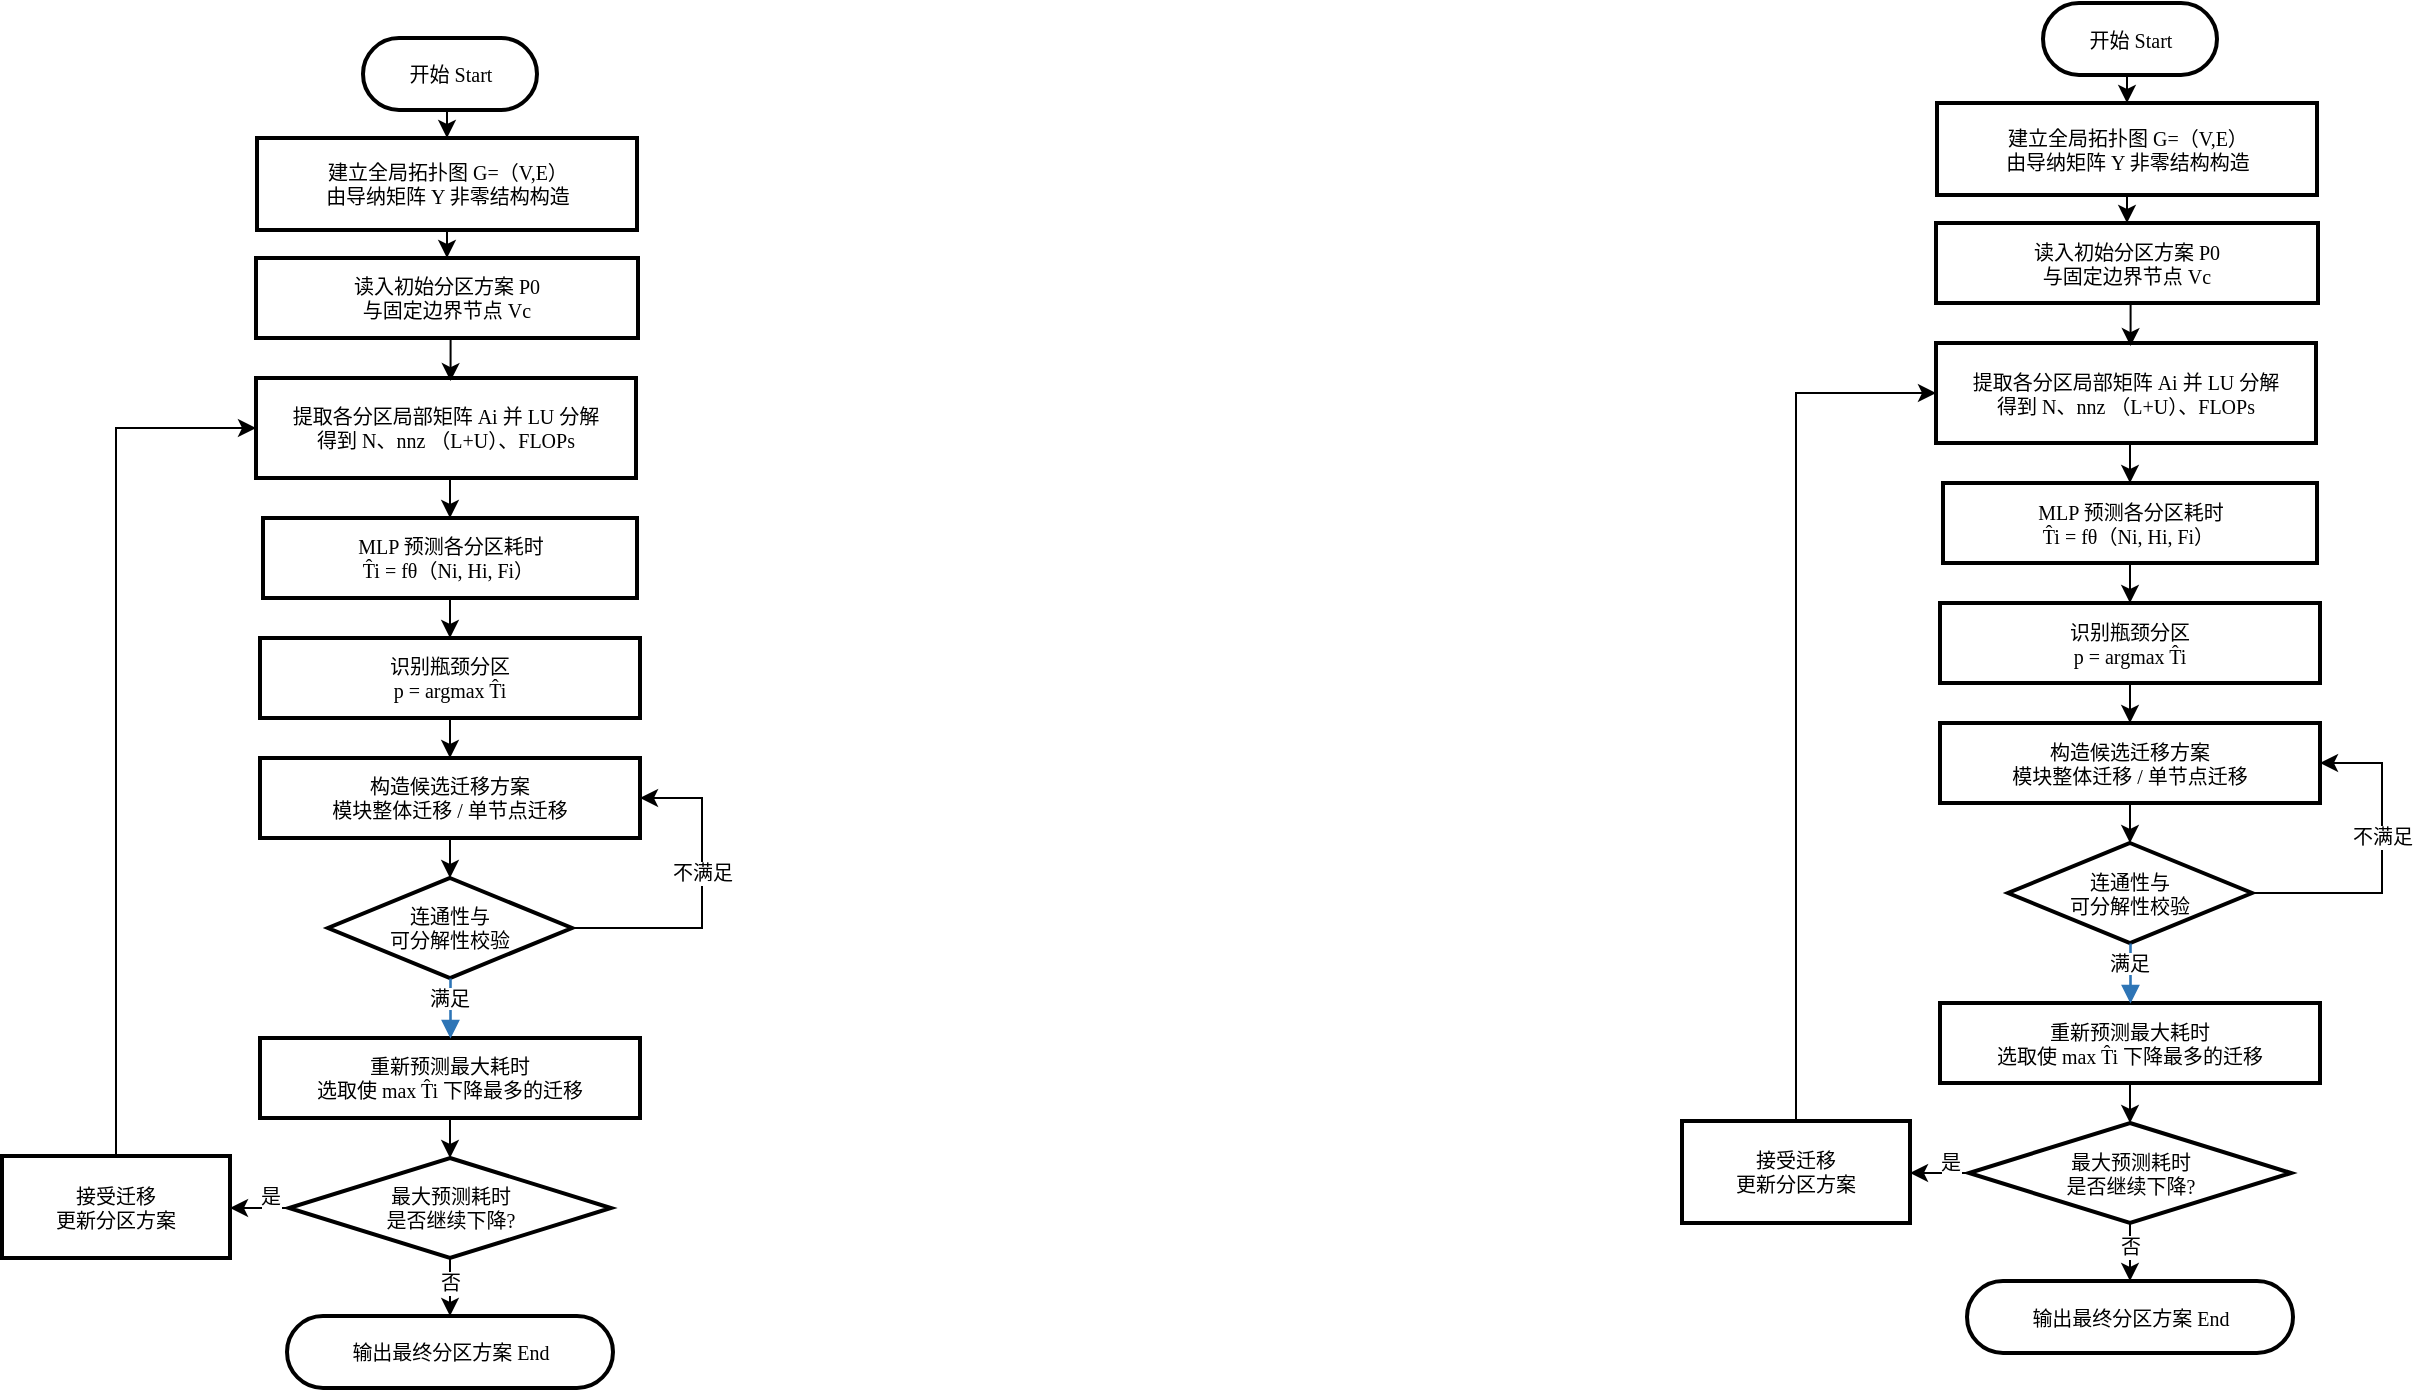
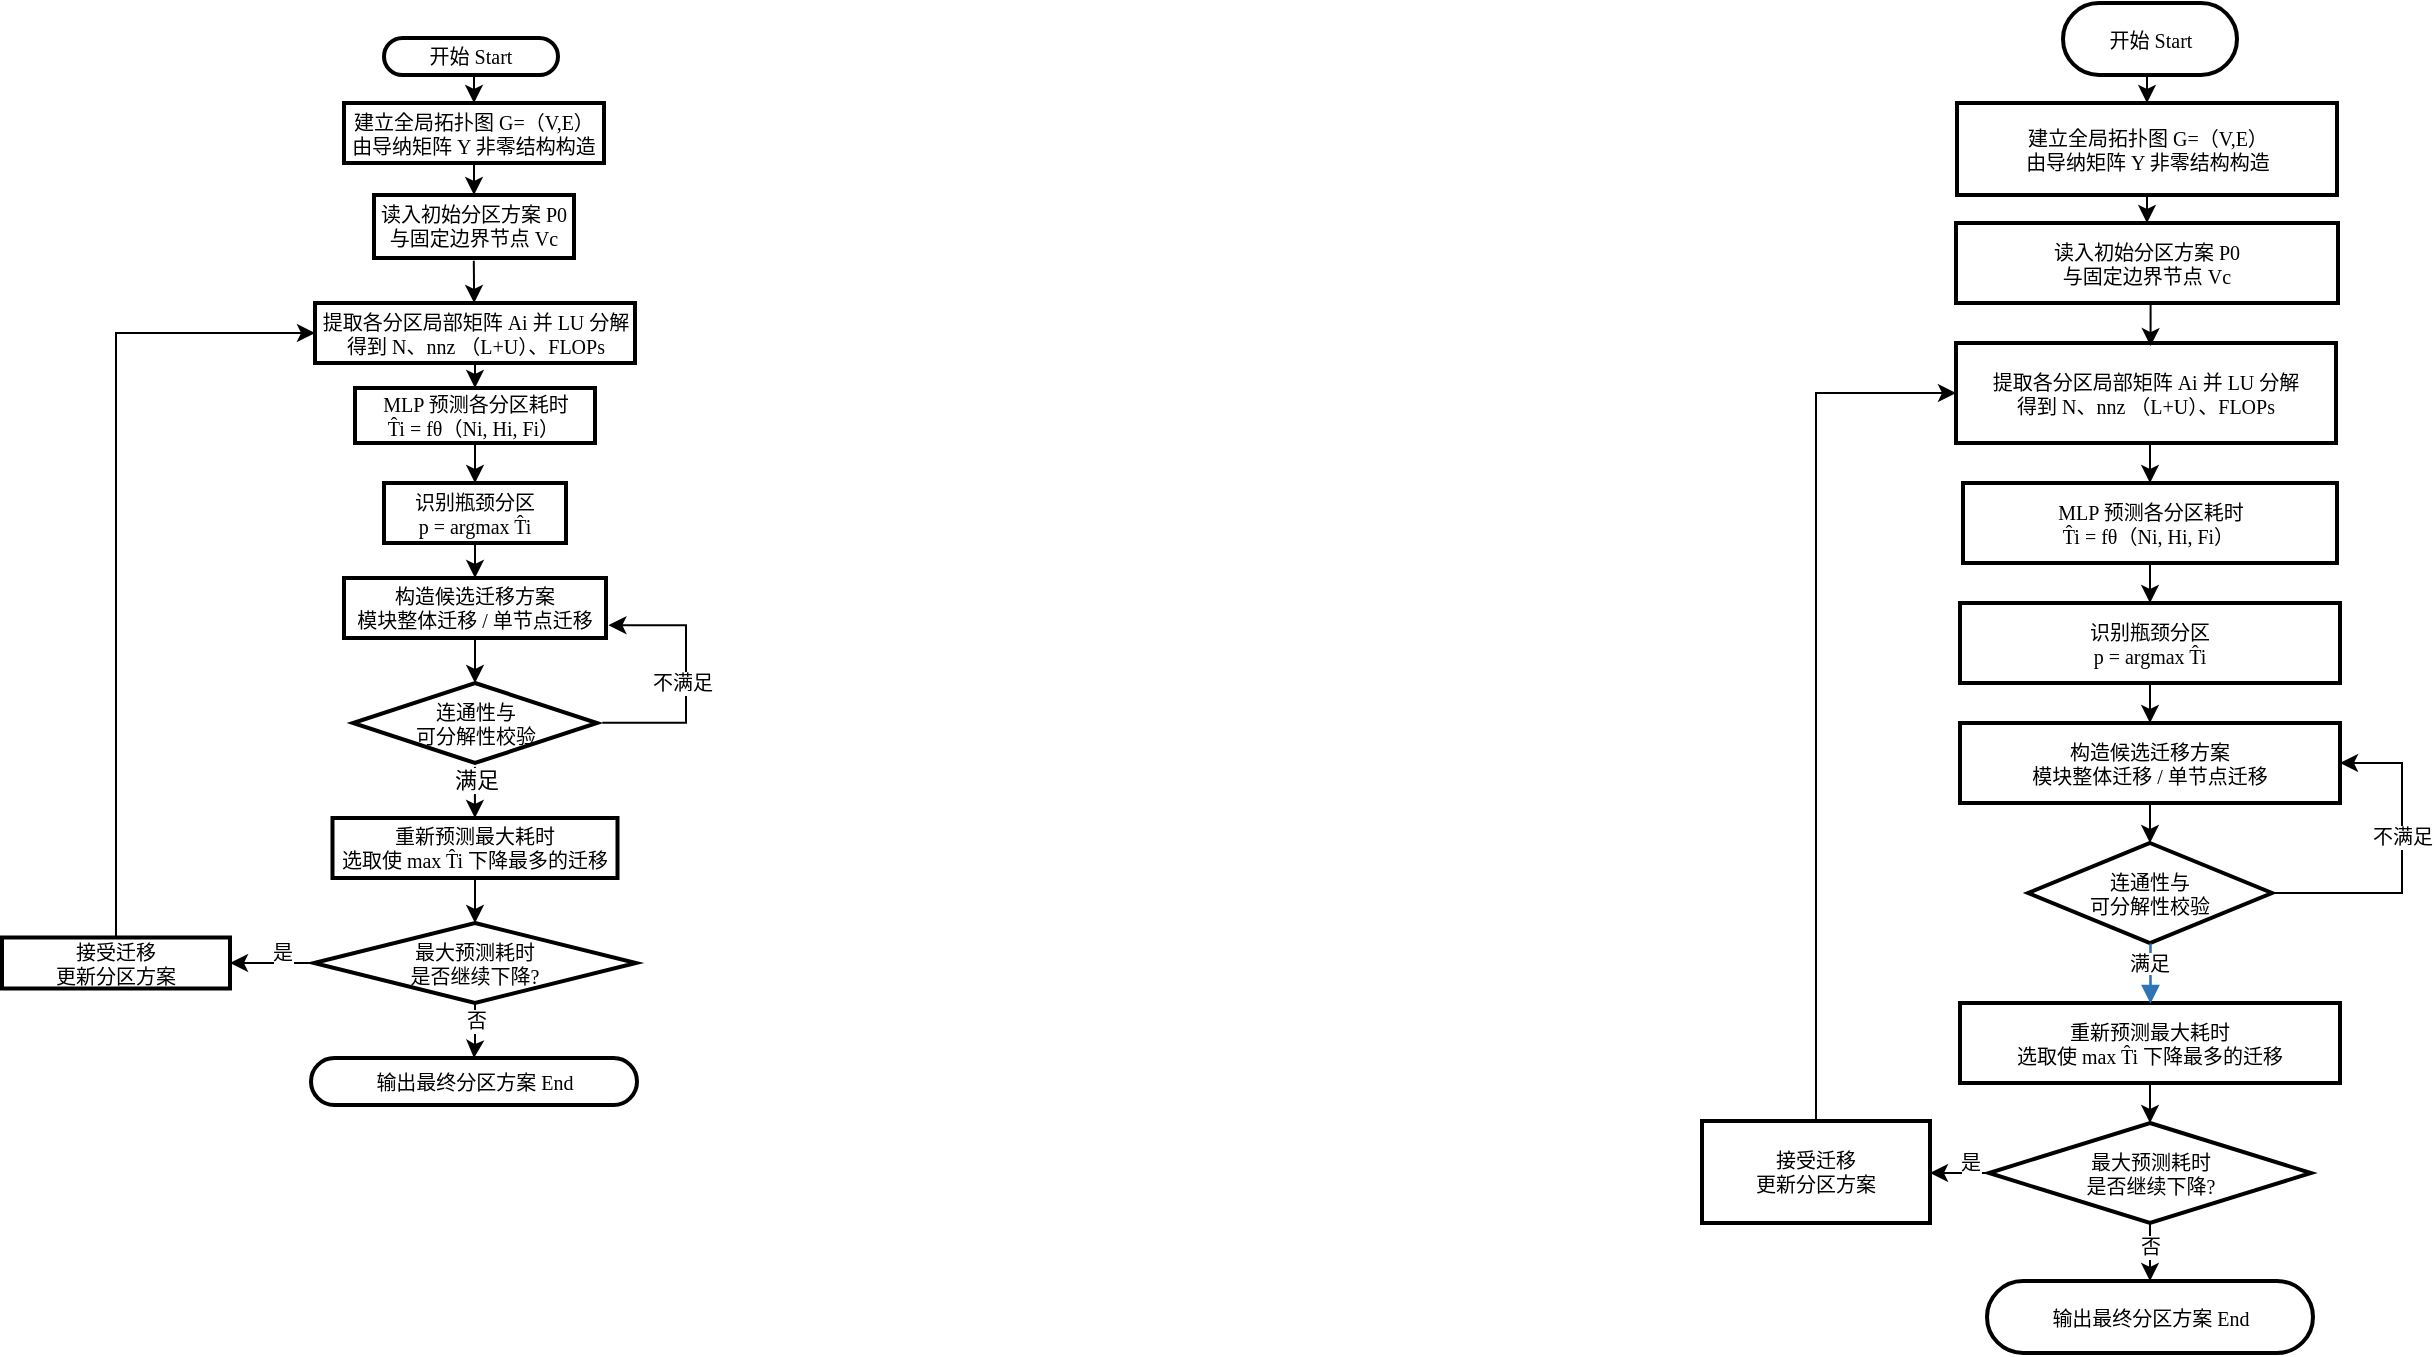
<mxfile host="app.diagrams.net">
  <diagram id="C5RBs43oDa-KdzZeNtuy" name="Page-1">
-     <mxGraphModel dx="3254" dy="878" grid="1" gridSize="10" guides="1" tooltips="1" connect="1" arrows="1" fold="1" page="0" pageScale="1" pageWidth="827" pageHeight="1169" math="0" shadow="0">
+     <mxGraphModel dx="3303" dy="876" grid="1" gridSize="10" guides="1" tooltips="1" connect="1" arrows="1" fold="1" page="0" pageScale="1" pageWidth="827" pageHeight="1169" math="0" shadow="0">
      <root>
        <mxCell id="WIyWlLk6GJQsqaUBKTNV-0" />
        <mxCell id="WIyWlLk6GJQsqaUBKTNV-1" parent="WIyWlLk6GJQsqaUBKTNV-0" />
        <mxCell id="Rnd2EKu7hbV3BZERFTsq-74" edge="1" parent="WIyWlLk6GJQsqaUBKTNV-1" source="Rnd2EKu7hbV3BZERFTsq-25" style="edgeStyle=orthogonalEdgeStyle;rounded=0;orthogonalLoop=1;jettySize=auto;html=1;exitX=0.5;exitY=1;exitDx=0;exitDy=0;entryX=0.5;entryY=0;entryDx=0;entryDy=0;fontSize=10;fontFamily=Times New Roman;labelBorderColor=none;" target="Rnd2EKu7hbV3BZERFTsq-26">
          <mxGeometry relative="1" as="geometry" />
        </mxCell>
-         <mxCell id="Rnd2EKu7hbV3BZERFTsq-25" parent="WIyWlLk6GJQsqaUBKTNV-1" style="rounded=1;whiteSpace=wrap;arcSize=50;strokeWidth=2;fontFamily=Times New Roman;fillColor=none;fontSize=10;labelBorderColor=none;" value="开始 Start" vertex="1">
-           <mxGeometry height="36" width="87" x="-1309.5" y="320" as="geometry" />
+         <mxCell id="Rnd2EKu7hbV3BZERFTsq-25" parent="WIyWlLk6GJQsqaUBKTNV-1" style="rounded=1;whiteSpace=wrap;arcSize=50;strokeWidth=2;fontFamily=Times New Roman;fillColor=none;fontSize=10;labelBorderColor=none;align=center;" value="开始 Start" vertex="1">
+           <mxGeometry height="18.5" width="87" x="-1309" y="320" as="geometry" />
        </mxCell>
        <mxCell id="Rnd2EKu7hbV3BZERFTsq-77" edge="1" parent="WIyWlLk6GJQsqaUBKTNV-1" source="Rnd2EKu7hbV3BZERFTsq-26" style="edgeStyle=orthogonalEdgeStyle;rounded=0;orthogonalLoop=1;jettySize=auto;html=1;exitX=0.5;exitY=1;exitDx=0;exitDy=0;entryX=0.5;entryY=0;entryDx=0;entryDy=0;fontSize=10;fontFamily=Times New Roman;labelBorderColor=none;" target="Rnd2EKu7hbV3BZERFTsq-27">
          <mxGeometry relative="1" as="geometry" />
        </mxCell>
-         <mxCell id="Rnd2EKu7hbV3BZERFTsq-26" parent="WIyWlLk6GJQsqaUBKTNV-1" style="whiteSpace=wrap;strokeWidth=2;fontFamily=Times New Roman;fontSize=10;labelBorderColor=none;" value="建立全局拓扑图 G=（V,E）&#xa;由导纳矩阵 Y 非零结构构造" vertex="1">
-           <mxGeometry height="46" width="190" x="-1362.5" y="370" as="geometry" />
-         </mxCell>
-         <mxCell id="Rnd2EKu7hbV3BZERFTsq-27" parent="WIyWlLk6GJQsqaUBKTNV-1" style="whiteSpace=wrap;strokeWidth=2;fontFamily=Times New Roman;fontSize=10;labelBorderColor=none;" value="读入初始分区方案 P0&#xa;与固定边界节点 Vc" vertex="1">
-           <mxGeometry height="40" width="191" x="-1363" y="430" as="geometry" />
+         <mxCell id="Rnd2EKu7hbV3BZERFTsq-26" parent="WIyWlLk6GJQsqaUBKTNV-1" style="whiteSpace=wrap;strokeWidth=2;fontFamily=Times New Roman;fontSize=10;labelBorderColor=none;align=center;" value="建立全局拓扑图 G=（V,E）&#xa;由导纳矩阵 Y 非零结构构造" vertex="1">
+           <mxGeometry height="30" width="130" x="-1329" y="352.5" as="geometry" />
+         </mxCell>
+         <mxCell id="Rnd2EKu7hbV3BZERFTsq-27" parent="WIyWlLk6GJQsqaUBKTNV-1" style="whiteSpace=wrap;strokeWidth=2;fontFamily=Times New Roman;fontSize=10;labelBorderColor=none;align=center;" value="读入初始分区方案 P0&#xa;与固定边界节点 Vc" vertex="1">
+           <mxGeometry height="31.5" width="100" x="-1314" y="398.5" as="geometry" />
        </mxCell>
        <mxCell id="Rnd2EKu7hbV3BZERFTsq-81" edge="1" parent="WIyWlLk6GJQsqaUBKTNV-1" source="Rnd2EKu7hbV3BZERFTsq-28" style="edgeStyle=orthogonalEdgeStyle;rounded=0;orthogonalLoop=1;jettySize=auto;html=1;exitX=0.5;exitY=1;exitDx=0;exitDy=0;entryX=0.5;entryY=0;entryDx=0;entryDy=0;fontSize=10;fontFamily=Times New Roman;labelBorderColor=none;" target="Rnd2EKu7hbV3BZERFTsq-29">
          <mxGeometry relative="1" as="geometry" />
        </mxCell>
-         <mxCell id="Rnd2EKu7hbV3BZERFTsq-28" parent="WIyWlLk6GJQsqaUBKTNV-1" style="whiteSpace=wrap;strokeWidth=2;fontFamily=Times New Roman;fontSize=10;labelBorderColor=none;" value="提取各分区局部矩阵 Ai 并 LU 分解&#xa;得到 N、nnz （L+U）、FLOPs" vertex="1">
-           <mxGeometry height="50" width="190" x="-1363" y="490" as="geometry" />
+         <mxCell id="Rnd2EKu7hbV3BZERFTsq-28" parent="WIyWlLk6GJQsqaUBKTNV-1" style="whiteSpace=wrap;strokeWidth=2;fontFamily=Times New Roman;fontSize=10;labelBorderColor=none;align=center;" value="提取各分区局部矩阵 Ai 并 LU 分解&#xa;得到 N、nnz （L+U）、FLOPs" vertex="1">
+           <mxGeometry height="30" width="160" x="-1343.5" y="452.5" as="geometry" />
        </mxCell>
        <mxCell id="Rnd2EKu7hbV3BZERFTsq-53" edge="1" parent="WIyWlLk6GJQsqaUBKTNV-1" source="Rnd2EKu7hbV3BZERFTsq-29" style="edgeStyle=orthogonalEdgeStyle;rounded=0;orthogonalLoop=1;jettySize=auto;html=1;exitX=0.5;exitY=1;exitDx=0;exitDy=0;entryX=0.5;entryY=0;entryDx=0;entryDy=0;fontSize=10;fontFamily=Times New Roman;labelBorderColor=none;" target="Rnd2EKu7hbV3BZERFTsq-30">
          <mxGeometry relative="1" as="geometry" />
        </mxCell>
-         <mxCell id="Rnd2EKu7hbV3BZERFTsq-29" parent="WIyWlLk6GJQsqaUBKTNV-1" style="whiteSpace=wrap;strokeWidth=2;fontFamily=Times New Roman;fontSize=10;labelBorderColor=none;" value="MLP 预测各分区耗时&#xa;T̂i = fθ（Ni, Hi, Fi） " vertex="1">
-           <mxGeometry height="40" width="187" x="-1359.5" y="560" as="geometry" />
+         <mxCell id="Rnd2EKu7hbV3BZERFTsq-29" parent="WIyWlLk6GJQsqaUBKTNV-1" style="whiteSpace=wrap;strokeWidth=2;fontFamily=Times New Roman;fontSize=10;labelBorderColor=none;align=center;" value="MLP 预测各分区耗时&#xa;T̂i = fθ（Ni, Hi, Fi） " vertex="1">
+           <mxGeometry height="27.5" width="120" x="-1323.5" y="495" as="geometry" />
        </mxCell>
        <mxCell id="Rnd2EKu7hbV3BZERFTsq-60" edge="1" parent="WIyWlLk6GJQsqaUBKTNV-1" source="Rnd2EKu7hbV3BZERFTsq-30" style="edgeStyle=orthogonalEdgeStyle;rounded=0;orthogonalLoop=1;jettySize=auto;html=1;exitX=0.5;exitY=1;exitDx=0;exitDy=0;entryX=0.5;entryY=0;entryDx=0;entryDy=0;fontSize=10;fontFamily=Times New Roman;labelBorderColor=none;" target="Rnd2EKu7hbV3BZERFTsq-31">
          <mxGeometry relative="1" as="geometry" />
        </mxCell>
-         <mxCell id="Rnd2EKu7hbV3BZERFTsq-30" parent="WIyWlLk6GJQsqaUBKTNV-1" style="whiteSpace=wrap;strokeWidth=2;fontFamily=Times New Roman;fontSize=10;labelBorderColor=none;" value="识别瓶颈分区&#xa;p = argmax T̂i" vertex="1">
-           <mxGeometry height="40" width="190" x="-1361" y="620" as="geometry" />
+         <mxCell id="Rnd2EKu7hbV3BZERFTsq-30" parent="WIyWlLk6GJQsqaUBKTNV-1" style="whiteSpace=wrap;strokeWidth=2;fontFamily=Times New Roman;fontSize=10;labelBorderColor=none;align=center;" value="识别瓶颈分区&#xa;p = argmax T̂i" vertex="1">
+           <mxGeometry height="30" width="91" x="-1309" y="542.5" as="geometry" />
        </mxCell>
        <mxCell id="Rnd2EKu7hbV3BZERFTsq-83" edge="1" parent="WIyWlLk6GJQsqaUBKTNV-1" source="Rnd2EKu7hbV3BZERFTsq-31" style="edgeStyle=orthogonalEdgeStyle;rounded=0;orthogonalLoop=1;jettySize=auto;html=1;exitX=0.5;exitY=1;exitDx=0;exitDy=0;entryX=0.5;entryY=0;entryDx=0;entryDy=0;fontSize=10;fontFamily=Times New Roman;labelBorderColor=none;" target="Rnd2EKu7hbV3BZERFTsq-32">
          <mxGeometry relative="1" as="geometry" />
        </mxCell>
-         <mxCell id="Rnd2EKu7hbV3BZERFTsq-31" parent="WIyWlLk6GJQsqaUBKTNV-1" style="whiteSpace=wrap;strokeWidth=2;fontFamily=Times New Roman;fontSize=10;labelBorderColor=none;" value="构造候选迁移方案&#xa;模块整体迁移 / 单节点迁移" vertex="1">
-           <mxGeometry height="40" width="190" x="-1361" y="680" as="geometry" />
-         </mxCell>
-         <mxCell id="Rnd2EKu7hbV3BZERFTsq-62" edge="1" parent="WIyWlLk6GJQsqaUBKTNV-1" source="Rnd2EKu7hbV3BZERFTsq-32" style="edgeStyle=orthogonalEdgeStyle;rounded=0;orthogonalLoop=1;jettySize=auto;html=1;exitX=1;exitY=0.5;exitDx=0;exitDy=0;entryX=1;entryY=0.5;entryDx=0;entryDy=0;fontSize=10;fontFamily=Times New Roman;labelBorderColor=none;" target="Rnd2EKu7hbV3BZERFTsq-31">
+         <mxCell id="Rnd2EKu7hbV3BZERFTsq-31" parent="WIyWlLk6GJQsqaUBKTNV-1" style="whiteSpace=wrap;strokeWidth=2;fontFamily=Times New Roman;fontSize=10;labelBorderColor=none;align=center;" value="构造候选迁移方案&#xa;模块整体迁移 / 单节点迁移" vertex="1">
+           <mxGeometry height="30" width="131" x="-1329" y="590" as="geometry" />
+         </mxCell>
+         <mxCell id="Rnd2EKu7hbV3BZERFTsq-62" edge="1" parent="WIyWlLk6GJQsqaUBKTNV-1" source="Rnd2EKu7hbV3BZERFTsq-32" style="edgeStyle=orthogonalEdgeStyle;rounded=0;orthogonalLoop=1;jettySize=auto;html=1;exitX=1.022;exitY=0.498;exitDx=0;exitDy=0;entryX=1;entryY=0.5;entryDx=0;entryDy=0;fontSize=10;fontFamily=Times New Roman;labelBorderColor=none;exitPerimeter=0;">
          <mxGeometry relative="1" as="geometry">
            <Array as="points">
-               <mxPoint x="-1140" y="765" />
-               <mxPoint x="-1140" y="700" />
+               <mxPoint x="-1158" y="662" />
+               <mxPoint x="-1158" y="614" />
            </Array>
+             <mxPoint x="-1198.982" y="662.5" as="sourcePoint" />
+             <mxPoint x="-1196.8" y="613.6" as="targetPoint" />
          </mxGeometry>
        </mxCell>
        <mxCell id="Rnd2EKu7hbV3BZERFTsq-63" connectable="0" parent="Rnd2EKu7hbV3BZERFTsq-62" style="edgeLabel;html=1;align=center;verticalAlign=middle;resizable=0;points=[];fontSize=10;fontFamily=Times New Roman;labelBorderColor=none;" value="不满足" vertex="1">
          <mxGeometry relative="1" x="0.1893" y="-3" as="geometry">
-             <mxPoint x="-3" y="2" as="offset" />
-           </mxGeometry>
-         </mxCell>
-         <mxCell id="Rnd2EKu7hbV3BZERFTsq-32" parent="WIyWlLk6GJQsqaUBKTNV-1" style="rhombus;strokeWidth=2;whiteSpace=wrap;fontFamily=Times New Roman;fontSize=10;labelBorderColor=none;" value="连通性与&#xa;可分解性校验" vertex="1">
-           <mxGeometry height="50" width="122" x="-1327" y="740" as="geometry" />
+             <mxPoint x="-5" y="15" as="offset" />
+           </mxGeometry>
+         </mxCell>
+         <mxCell id="Rnd2EKu7hbV3BZERFTsq-32" parent="WIyWlLk6GJQsqaUBKTNV-1" style="rhombus;strokeWidth=2;whiteSpace=wrap;fontFamily=Times New Roman;fontSize=10;labelBorderColor=none;align=center;" value="连通性与&#xa;可分解性校验" vertex="1">
+           <mxGeometry height="40" width="122" x="-1324.5" y="642.5" as="geometry" />
        </mxCell>
        <mxCell id="Rnd2EKu7hbV3BZERFTsq-85" edge="1" parent="WIyWlLk6GJQsqaUBKTNV-1" source="Rnd2EKu7hbV3BZERFTsq-33" style="edgeStyle=orthogonalEdgeStyle;rounded=0;orthogonalLoop=1;jettySize=auto;html=1;exitX=0.5;exitY=1;exitDx=0;exitDy=0;entryX=0.5;entryY=0;entryDx=0;entryDy=0;fontSize=10;fontFamily=Times New Roman;labelBorderColor=none;" target="Rnd2EKu7hbV3BZERFTsq-34">
          <mxGeometry relative="1" as="geometry" />
        </mxCell>
-         <mxCell id="Rnd2EKu7hbV3BZERFTsq-33" parent="WIyWlLk6GJQsqaUBKTNV-1" style="whiteSpace=wrap;strokeWidth=2;fontFamily=Times New Roman;fontSize=10;labelBorderColor=none;" value="重新预测最大耗时&#xa;选取使 max T̂i 下降最多的迁移" vertex="1">
-           <mxGeometry height="40" width="190" x="-1361" y="820" as="geometry" />
+         <mxCell id="Rnd2EKu7hbV3BZERFTsq-33" parent="WIyWlLk6GJQsqaUBKTNV-1" style="whiteSpace=wrap;strokeWidth=2;fontFamily=Times New Roman;fontSize=10;labelBorderColor=none;align=center;" value="重新预测最大耗时&#xa;选取使 max T̂i 下降最多的迁移" vertex="1">
+           <mxGeometry height="30" width="142.5" x="-1334.75" y="710" as="geometry" />
        </mxCell>
        <mxCell id="Rnd2EKu7hbV3BZERFTsq-57" edge="1" parent="WIyWlLk6GJQsqaUBKTNV-1" source="Rnd2EKu7hbV3BZERFTsq-34" style="edgeStyle=orthogonalEdgeStyle;rounded=0;orthogonalLoop=1;jettySize=auto;html=1;exitX=0.5;exitY=1;exitDx=0;exitDy=0;fontSize=10;fontFamily=Times New Roman;labelBorderColor=none;" target="Rnd2EKu7hbV3BZERFTsq-36">
          <mxGeometry relative="1" as="geometry" />
        </mxCell>
        <mxCell id="Rnd2EKu7hbV3BZERFTsq-65" connectable="0" parent="Rnd2EKu7hbV3BZERFTsq-57" style="edgeLabel;html=1;align=center;verticalAlign=middle;resizable=0;points=[];fontSize=10;fontFamily=Times New Roman;labelBorderColor=none;" value="否" vertex="1">
          <mxGeometry relative="1" x="-0.5098" y="-1" as="geometry">
-             <mxPoint x="1" y="-1" as="offset" />
+             <mxPoint x="1" y="1" as="offset" />
          </mxGeometry>
        </mxCell>
        <mxCell id="Rnd2EKu7hbV3BZERFTsq-66" edge="1" parent="WIyWlLk6GJQsqaUBKTNV-1" source="Rnd2EKu7hbV3BZERFTsq-34" style="edgeStyle=orthogonalEdgeStyle;rounded=0;orthogonalLoop=1;jettySize=auto;html=1;exitX=0;exitY=0.5;exitDx=0;exitDy=0;entryX=1;entryY=0.5;entryDx=0;entryDy=0;fontSize=10;fontFamily=Times New Roman;labelBorderColor=none;" target="Rnd2EKu7hbV3BZERFTsq-35">
          <mxGeometry relative="1" as="geometry" />
        </mxCell>
        <mxCell id="Rnd2EKu7hbV3BZERFTsq-67" connectable="0" parent="Rnd2EKu7hbV3BZERFTsq-66" style="edgeLabel;html=1;align=center;verticalAlign=middle;resizable=0;points=[];fontSize=10;fontFamily=Times New Roman;labelBorderColor=none;" value="是" vertex="1">
          <mxGeometry relative="1" x="0.0617" y="-6" as="geometry">
            <mxPoint x="6" as="offset" />
          </mxGeometry>
        </mxCell>
-         <mxCell id="Rnd2EKu7hbV3BZERFTsq-34" parent="WIyWlLk6GJQsqaUBKTNV-1" style="rhombus;strokeWidth=2;whiteSpace=wrap;fontFamily=Times New Roman;fontSize=10;labelBorderColor=none;" value="最大预测耗时&#xa;是否继续下降?" vertex="1">
-           <mxGeometry height="50" width="161" x="-1346.5" y="880" as="geometry" />
+         <mxCell id="Rnd2EKu7hbV3BZERFTsq-34" parent="WIyWlLk6GJQsqaUBKTNV-1" style="rhombus;strokeWidth=2;whiteSpace=wrap;fontFamily=Times New Roman;fontSize=10;labelBorderColor=none;align=center;" value="最大预测耗时&#xa;是否继续下降?" vertex="1">
+           <mxGeometry height="40" width="161" x="-1344" y="762.5" as="geometry" />
        </mxCell>
        <mxCell id="Rnd2EKu7hbV3BZERFTsq-70" edge="1" parent="WIyWlLk6GJQsqaUBKTNV-1" source="Rnd2EKu7hbV3BZERFTsq-35" style="edgeStyle=orthogonalEdgeStyle;rounded=0;orthogonalLoop=1;jettySize=auto;html=1;exitX=0.5;exitY=0;exitDx=0;exitDy=0;entryX=0;entryY=0.5;entryDx=0;entryDy=0;fontSize=10;fontFamily=Times New Roman;labelBorderColor=none;" target="Rnd2EKu7hbV3BZERFTsq-28">
          <mxGeometry relative="1" as="geometry" />
        </mxCell>
        <mxCell id="Rnd2EKu7hbV3BZERFTsq-35" parent="WIyWlLk6GJQsqaUBKTNV-1" style="whiteSpace=wrap;strokeWidth=2;fontFamily=Times New Roman;fontSize=10;labelBorderColor=none;" value="接受迁移&#xa;更新分区方案" vertex="1">
-           <mxGeometry height="51" width="114" x="-1490" y="879" as="geometry" />
-         </mxCell>
-         <mxCell id="Rnd2EKu7hbV3BZERFTsq-36" parent="WIyWlLk6GJQsqaUBKTNV-1" style="rounded=1;whiteSpace=wrap;arcSize=50;strokeWidth=2;fontFamily=Times New Roman;fontSize=10;labelBorderColor=none;" value="输出最终分区方案 End" vertex="1">
-           <mxGeometry height="36" width="163" x="-1347.5" y="959" as="geometry" />
-         </mxCell>
-         <mxCell id="Rnd2EKu7hbV3BZERFTsq-45" edge="1" parent="WIyWlLk6GJQsqaUBKTNV-1" source="Rnd2EKu7hbV3BZERFTsq-32" style="curved=1;startArrow=none;endArrow=block;strokeColor=#2E75B6;strokeWidth=1.3;;exitX=0.5;exitY=1;entryX=0.5;entryY=0;rounded=0;fontFamily=Times New Roman;fontSize=10;labelBorderColor=none;" target="Rnd2EKu7hbV3BZERFTsq-33" value="满足">
-           <mxGeometry relative="1" x="-0.3335" as="geometry">
-             <mxPoint as="offset" />
-             <Array as="points" />
-           </mxGeometry>
+           <mxGeometry height="25.5" width="114" x="-1500" y="769.75" as="geometry" />
+         </mxCell>
+         <mxCell id="Rnd2EKu7hbV3BZERFTsq-36" parent="WIyWlLk6GJQsqaUBKTNV-1" style="rounded=1;whiteSpace=wrap;arcSize=50;strokeWidth=2;fontFamily=Times New Roman;fontSize=10;labelBorderColor=none;align=center;" value="输出最终分区方案 End" vertex="1">
+           <mxGeometry height="23.5" width="163" x="-1345.5" y="830" as="geometry" />
        </mxCell>
        <mxCell id="Rnd2EKu7hbV3BZERFTsq-69" edge="1" parent="WIyWlLk6GJQsqaUBKTNV-1" source="Rnd2EKu7hbV3BZERFTsq-32" style="edgeStyle=orthogonalEdgeStyle;rounded=0;orthogonalLoop=1;jettySize=auto;html=1;exitX=0.5;exitY=1;exitDx=0;exitDy=0;fontSize=10;fontFamily=Times New Roman;labelBorderColor=none;" target="Rnd2EKu7hbV3BZERFTsq-32">
-           <mxGeometry relative="1" as="geometry" />
-         </mxCell>
-         <mxCell id="Rnd2EKu7hbV3BZERFTsq-91" edge="1" parent="WIyWlLk6GJQsqaUBKTNV-1" source="Rnd2EKu7hbV3BZERFTsq-27" style="edgeStyle=orthogonalEdgeStyle;rounded=0;orthogonalLoop=1;jettySize=auto;html=1;exitX=0.5;exitY=1;exitDx=0;exitDy=0;entryX=0.512;entryY=0.031;entryDx=0;entryDy=0;entryPerimeter=0;fontSize=10;fontFamily=Times New Roman;labelBorderColor=none;" target="Rnd2EKu7hbV3BZERFTsq-28">
          <mxGeometry relative="1" as="geometry" />
        </mxCell>
        <mxCell id="Rnd2EKu7hbV3BZERFTsq-123" edge="1" parent="WIyWlLk6GJQsqaUBKTNV-1" source="Rnd2EKu7hbV3BZERFTsq-124" style="edgeStyle=orthogonalEdgeStyle;rounded=0;orthogonalLoop=1;jettySize=auto;html=1;exitX=0.5;exitY=1;exitDx=0;exitDy=0;entryX=0.5;entryY=0;entryDx=0;entryDy=0;fontSize=10;fontFamily=Times New Roman;labelBorderColor=none;" target="Rnd2EKu7hbV3BZERFTsq-126">
          <mxGeometry relative="1" as="geometry" />
        </mxCell>
        <mxCell id="Rnd2EKu7hbV3BZERFTsq-124" parent="WIyWlLk6GJQsqaUBKTNV-1" style="rounded=1;whiteSpace=wrap;arcSize=50;strokeWidth=2;fontFamily=Times New Roman;fillColor=none;fontSize=10;labelBorderColor=none;" value="开始 Start" vertex="1">
          <mxGeometry height="36" width="87" x="-469.5" y="302.5" as="geometry" />
        </mxCell>
        <mxCell id="Rnd2EKu7hbV3BZERFTsq-125" edge="1" parent="WIyWlLk6GJQsqaUBKTNV-1" source="Rnd2EKu7hbV3BZERFTsq-126" style="edgeStyle=orthogonalEdgeStyle;rounded=0;orthogonalLoop=1;jettySize=auto;html=1;exitX=0.5;exitY=1;exitDx=0;exitDy=0;entryX=0.5;entryY=0;entryDx=0;entryDy=0;fontSize=10;fontFamily=Times New Roman;labelBorderColor=none;" target="Rnd2EKu7hbV3BZERFTsq-127">
          <mxGeometry relative="1" as="geometry" />
        </mxCell>
        <mxCell id="Rnd2EKu7hbV3BZERFTsq-126" parent="WIyWlLk6GJQsqaUBKTNV-1" style="whiteSpace=wrap;strokeWidth=2;fontFamily=Times New Roman;fontSize=10;labelBorderColor=none;" value="建立全局拓扑图 G=（V,E）&#xa;由导纳矩阵 Y 非零结构构造" vertex="1">
          <mxGeometry height="46" width="190" x="-522.5" y="352.5" as="geometry" />
        </mxCell>
        <mxCell id="Rnd2EKu7hbV3BZERFTsq-127" parent="WIyWlLk6GJQsqaUBKTNV-1" style="whiteSpace=wrap;strokeWidth=2;fontFamily=Times New Roman;fontSize=10;labelBorderColor=none;" value="读入初始分区方案 P0&#xa;与固定边界节点 Vc" vertex="1">
          <mxGeometry height="40" width="191" x="-523" y="412.5" as="geometry" />
        </mxCell>
        <mxCell id="Rnd2EKu7hbV3BZERFTsq-128" edge="1" parent="WIyWlLk6GJQsqaUBKTNV-1" source="Rnd2EKu7hbV3BZERFTsq-129" style="edgeStyle=orthogonalEdgeStyle;rounded=0;orthogonalLoop=1;jettySize=auto;html=1;exitX=0.5;exitY=1;exitDx=0;exitDy=0;entryX=0.5;entryY=0;entryDx=0;entryDy=0;fontSize=10;fontFamily=Times New Roman;labelBorderColor=none;" target="Rnd2EKu7hbV3BZERFTsq-131">
          <mxGeometry relative="1" as="geometry" />
        </mxCell>
        <mxCell id="Rnd2EKu7hbV3BZERFTsq-129" parent="WIyWlLk6GJQsqaUBKTNV-1" style="whiteSpace=wrap;strokeWidth=2;fontFamily=Times New Roman;fontSize=10;labelBorderColor=none;" value="提取各分区局部矩阵 Ai 并 LU 分解&#xa;得到 N、nnz （L+U）、FLOPs" vertex="1">
          <mxGeometry height="50" width="190" x="-523" y="472.5" as="geometry" />
        </mxCell>
        <mxCell id="Rnd2EKu7hbV3BZERFTsq-130" edge="1" parent="WIyWlLk6GJQsqaUBKTNV-1" source="Rnd2EKu7hbV3BZERFTsq-131" style="edgeStyle=orthogonalEdgeStyle;rounded=0;orthogonalLoop=1;jettySize=auto;html=1;exitX=0.5;exitY=1;exitDx=0;exitDy=0;entryX=0.5;entryY=0;entryDx=0;entryDy=0;fontSize=10;fontFamily=Times New Roman;labelBorderColor=none;" target="Rnd2EKu7hbV3BZERFTsq-133">
          <mxGeometry relative="1" as="geometry" />
        </mxCell>
        <mxCell id="Rnd2EKu7hbV3BZERFTsq-131" parent="WIyWlLk6GJQsqaUBKTNV-1" style="whiteSpace=wrap;strokeWidth=2;fontFamily=Times New Roman;fontSize=10;labelBorderColor=none;" value="MLP 预测各分区耗时&#xa;T̂i = fθ（Ni, Hi, Fi） " vertex="1">
          <mxGeometry height="40" width="187" x="-519.5" y="542.5" as="geometry" />
        </mxCell>
        <mxCell id="Rnd2EKu7hbV3BZERFTsq-132" edge="1" parent="WIyWlLk6GJQsqaUBKTNV-1" source="Rnd2EKu7hbV3BZERFTsq-133" style="edgeStyle=orthogonalEdgeStyle;rounded=0;orthogonalLoop=1;jettySize=auto;html=1;exitX=0.5;exitY=1;exitDx=0;exitDy=0;entryX=0.5;entryY=0;entryDx=0;entryDy=0;fontSize=10;fontFamily=Times New Roman;labelBorderColor=none;" target="Rnd2EKu7hbV3BZERFTsq-135">
          <mxGeometry relative="1" as="geometry" />
        </mxCell>
        <mxCell id="Rnd2EKu7hbV3BZERFTsq-133" parent="WIyWlLk6GJQsqaUBKTNV-1" style="whiteSpace=wrap;strokeWidth=2;fontFamily=Times New Roman;fontSize=10;labelBorderColor=none;" value="识别瓶颈分区&#xa;p = argmax T̂i" vertex="1">
          <mxGeometry height="40" width="190" x="-521" y="602.5" as="geometry" />
        </mxCell>
        <mxCell id="Rnd2EKu7hbV3BZERFTsq-134" edge="1" parent="WIyWlLk6GJQsqaUBKTNV-1" source="Rnd2EKu7hbV3BZERFTsq-135" style="edgeStyle=orthogonalEdgeStyle;rounded=0;orthogonalLoop=1;jettySize=auto;html=1;exitX=0.5;exitY=1;exitDx=0;exitDy=0;entryX=0.5;entryY=0;entryDx=0;entryDy=0;fontSize=10;fontFamily=Times New Roman;labelBorderColor=none;" target="Rnd2EKu7hbV3BZERFTsq-138">
          <mxGeometry relative="1" as="geometry" />
        </mxCell>
        <mxCell id="Rnd2EKu7hbV3BZERFTsq-135" parent="WIyWlLk6GJQsqaUBKTNV-1" style="whiteSpace=wrap;strokeWidth=2;fontFamily=Times New Roman;fontSize=10;labelBorderColor=none;" value="构造候选迁移方案&#xa;模块整体迁移 / 单节点迁移" vertex="1">
          <mxGeometry height="40" width="190" x="-521" y="662.5" as="geometry" />
        </mxCell>
        <mxCell id="Rnd2EKu7hbV3BZERFTsq-136" edge="1" parent="WIyWlLk6GJQsqaUBKTNV-1" source="Rnd2EKu7hbV3BZERFTsq-138" style="edgeStyle=orthogonalEdgeStyle;rounded=0;orthogonalLoop=1;jettySize=auto;html=1;exitX=1;exitY=0.5;exitDx=0;exitDy=0;entryX=1;entryY=0.5;entryDx=0;entryDy=0;fontSize=10;fontFamily=Times New Roman;labelBorderColor=none;" target="Rnd2EKu7hbV3BZERFTsq-135">
          <mxGeometry relative="1" as="geometry">
            <Array as="points">
              <mxPoint x="-300" y="747.5" />
              <mxPoint x="-300" y="682.5" />
            </Array>
          </mxGeometry>
        </mxCell>
        <mxCell id="Rnd2EKu7hbV3BZERFTsq-137" connectable="0" parent="Rnd2EKu7hbV3BZERFTsq-136" style="edgeLabel;html=1;align=center;verticalAlign=middle;resizable=0;points=[];fontSize=10;fontFamily=Times New Roman;labelBorderColor=none;" value="不满足" vertex="1">
          <mxGeometry relative="1" x="0.1893" y="-3" as="geometry">
            <mxPoint x="-3" y="2" as="offset" />
          </mxGeometry>
        </mxCell>
        <mxCell id="Rnd2EKu7hbV3BZERFTsq-138" parent="WIyWlLk6GJQsqaUBKTNV-1" style="rhombus;strokeWidth=2;whiteSpace=wrap;fontFamily=Times New Roman;fontSize=10;labelBorderColor=none;" value="连通性与&#xa;可分解性校验" vertex="1">
          <mxGeometry height="50" width="122" x="-487" y="722.5" as="geometry" />
        </mxCell>
        <mxCell id="Rnd2EKu7hbV3BZERFTsq-139" edge="1" parent="WIyWlLk6GJQsqaUBKTNV-1" source="Rnd2EKu7hbV3BZERFTsq-140" style="edgeStyle=orthogonalEdgeStyle;rounded=0;orthogonalLoop=1;jettySize=auto;html=1;exitX=0.5;exitY=1;exitDx=0;exitDy=0;entryX=0.5;entryY=0;entryDx=0;entryDy=0;fontSize=10;fontFamily=Times New Roman;labelBorderColor=none;" target="Rnd2EKu7hbV3BZERFTsq-145">
          <mxGeometry relative="1" as="geometry" />
        </mxCell>
        <mxCell id="Rnd2EKu7hbV3BZERFTsq-140" parent="WIyWlLk6GJQsqaUBKTNV-1" style="whiteSpace=wrap;strokeWidth=2;fontFamily=Times New Roman;fontSize=10;labelBorderColor=none;" value="重新预测最大耗时&#xa;选取使 max T̂i 下降最多的迁移" vertex="1">
          <mxGeometry height="40" width="190" x="-521" y="802.5" as="geometry" />
        </mxCell>
        <mxCell id="Rnd2EKu7hbV3BZERFTsq-141" edge="1" parent="WIyWlLk6GJQsqaUBKTNV-1" source="Rnd2EKu7hbV3BZERFTsq-145" style="edgeStyle=orthogonalEdgeStyle;rounded=0;orthogonalLoop=1;jettySize=auto;html=1;exitX=0.5;exitY=1;exitDx=0;exitDy=0;fontSize=10;fontFamily=Times New Roman;labelBorderColor=none;" target="Rnd2EKu7hbV3BZERFTsq-148">
          <mxGeometry relative="1" as="geometry" />
        </mxCell>
        <mxCell id="Rnd2EKu7hbV3BZERFTsq-142" connectable="0" parent="Rnd2EKu7hbV3BZERFTsq-141" style="edgeLabel;html=1;align=center;verticalAlign=middle;resizable=0;points=[];fontSize=10;fontFamily=Times New Roman;labelBorderColor=none;" value="否" vertex="1">
          <mxGeometry relative="1" x="-0.5098" y="-1" as="geometry">
            <mxPoint x="1" y="-1" as="offset" />
          </mxGeometry>
        </mxCell>
        <mxCell id="Rnd2EKu7hbV3BZERFTsq-143" edge="1" parent="WIyWlLk6GJQsqaUBKTNV-1" source="Rnd2EKu7hbV3BZERFTsq-145" style="edgeStyle=orthogonalEdgeStyle;rounded=0;orthogonalLoop=1;jettySize=auto;html=1;exitX=0;exitY=0.5;exitDx=0;exitDy=0;entryX=1;entryY=0.5;entryDx=0;entryDy=0;fontSize=10;fontFamily=Times New Roman;labelBorderColor=none;" target="Rnd2EKu7hbV3BZERFTsq-147">
          <mxGeometry relative="1" as="geometry" />
        </mxCell>
        <mxCell id="Rnd2EKu7hbV3BZERFTsq-144" connectable="0" parent="Rnd2EKu7hbV3BZERFTsq-143" style="edgeLabel;html=1;align=center;verticalAlign=middle;resizable=0;points=[];fontSize=10;fontFamily=Times New Roman;labelBorderColor=none;" value="是" vertex="1">
          <mxGeometry relative="1" x="0.0617" y="-6" as="geometry">
            <mxPoint x="6" as="offset" />
          </mxGeometry>
        </mxCell>
        <mxCell id="Rnd2EKu7hbV3BZERFTsq-145" parent="WIyWlLk6GJQsqaUBKTNV-1" style="rhombus;strokeWidth=2;whiteSpace=wrap;fontFamily=Times New Roman;fontSize=10;labelBorderColor=none;" value="最大预测耗时&#xa;是否继续下降?" vertex="1">
          <mxGeometry height="50" width="161" x="-506.5" y="862.5" as="geometry" />
        </mxCell>
        <mxCell id="Rnd2EKu7hbV3BZERFTsq-146" edge="1" parent="WIyWlLk6GJQsqaUBKTNV-1" source="Rnd2EKu7hbV3BZERFTsq-147" style="edgeStyle=orthogonalEdgeStyle;rounded=0;orthogonalLoop=1;jettySize=auto;html=1;exitX=0.5;exitY=0;exitDx=0;exitDy=0;entryX=0;entryY=0.5;entryDx=0;entryDy=0;fontSize=10;fontFamily=Times New Roman;labelBorderColor=none;" target="Rnd2EKu7hbV3BZERFTsq-129">
          <mxGeometry relative="1" as="geometry" />
        </mxCell>
        <mxCell id="Rnd2EKu7hbV3BZERFTsq-147" parent="WIyWlLk6GJQsqaUBKTNV-1" style="whiteSpace=wrap;strokeWidth=2;fontFamily=Times New Roman;fontSize=10;labelBorderColor=none;" value="接受迁移&#xa;更新分区方案" vertex="1">
          <mxGeometry height="51" width="114" x="-650" y="861.5" as="geometry" />
        </mxCell>
        <mxCell id="Rnd2EKu7hbV3BZERFTsq-148" parent="WIyWlLk6GJQsqaUBKTNV-1" style="rounded=1;whiteSpace=wrap;arcSize=50;strokeWidth=2;fontFamily=Times New Roman;fontSize=10;labelBorderColor=none;" value="输出最终分区方案 End" vertex="1">
          <mxGeometry height="36" width="163" x="-507.5" y="941.5" as="geometry" />
        </mxCell>
        <mxCell id="Rnd2EKu7hbV3BZERFTsq-149" edge="1" parent="WIyWlLk6GJQsqaUBKTNV-1" source="Rnd2EKu7hbV3BZERFTsq-138" style="curved=1;startArrow=none;endArrow=block;strokeColor=#2E75B6;strokeWidth=1.3;;exitX=0.5;exitY=1;entryX=0.5;entryY=0;rounded=0;fontFamily=Times New Roman;fontSize=10;labelBorderColor=none;" target="Rnd2EKu7hbV3BZERFTsq-140" value="满足">
          <mxGeometry relative="1" x="-0.3335" as="geometry">
            <mxPoint as="offset" />
            <Array as="points" />
          </mxGeometry>
        </mxCell>
        <mxCell id="Rnd2EKu7hbV3BZERFTsq-150" edge="1" parent="WIyWlLk6GJQsqaUBKTNV-1" source="Rnd2EKu7hbV3BZERFTsq-138" style="edgeStyle=orthogonalEdgeStyle;rounded=0;orthogonalLoop=1;jettySize=auto;html=1;exitX=0.5;exitY=1;exitDx=0;exitDy=0;fontSize=10;fontFamily=Times New Roman;labelBorderColor=none;" target="Rnd2EKu7hbV3BZERFTsq-138">
          <mxGeometry relative="1" as="geometry" />
        </mxCell>
        <mxCell id="Rnd2EKu7hbV3BZERFTsq-151" edge="1" parent="WIyWlLk6GJQsqaUBKTNV-1" source="Rnd2EKu7hbV3BZERFTsq-127" style="edgeStyle=orthogonalEdgeStyle;rounded=0;orthogonalLoop=1;jettySize=auto;html=1;exitX=0.5;exitY=1;exitDx=0;exitDy=0;entryX=0.512;entryY=0.031;entryDx=0;entryDy=0;entryPerimeter=0;fontSize=10;fontFamily=Times New Roman;labelBorderColor=none;" target="Rnd2EKu7hbV3BZERFTsq-129">
          <mxGeometry relative="1" as="geometry" />
        </mxCell>
+         <mxCell id="Rnd2EKu7hbV3BZERFTsq-166" edge="1" parent="WIyWlLk6GJQsqaUBKTNV-1" style="edgeStyle=orthogonalEdgeStyle;rounded=0;orthogonalLoop=1;jettySize=auto;html=1;entryX=0.498;entryY=-0.047;entryDx=0;entryDy=0;entryPerimeter=0;">
+           <mxGeometry relative="1" as="geometry">
+             <mxPoint x="-1264.1" y="431.4100000000001" as="sourcePoint" />
+             <mxPoint x="-1263.9199999999998" y="452.50000000000006" as="targetPoint" />
+           </mxGeometry>
+         </mxCell>
+         <mxCell id="Rnd2EKu7hbV3BZERFTsq-167" edge="1" parent="WIyWlLk6GJQsqaUBKTNV-1" style="edgeStyle=orthogonalEdgeStyle;rounded=0;orthogonalLoop=1;jettySize=auto;html=1;exitX=0.5;exitY=1;exitDx=0;exitDy=0;entryX=0.5;entryY=-0.064;entryDx=0;entryDy=0;entryPerimeter=0;">
+           <mxGeometry relative="1" as="geometry">
+             <mxPoint x="-1263.54" y="684.42" as="sourcePoint" />
+             <mxPoint x="-1263.54" y="710" as="targetPoint" />
+           </mxGeometry>
+         </mxCell>
+         <mxCell id="Rnd2EKu7hbV3BZERFTsq-168" connectable="0" parent="Rnd2EKu7hbV3BZERFTsq-167" style="edgeLabel;html=1;align=center;verticalAlign=middle;resizable=0;points=[];" value="满足" vertex="1">
+           <mxGeometry relative="1" x="-0.5061" as="geometry">
+             <mxPoint as="offset" />
+           </mxGeometry>
+         </mxCell>
      </root>
    </mxGraphModel>
  </diagram>
</mxfile>
